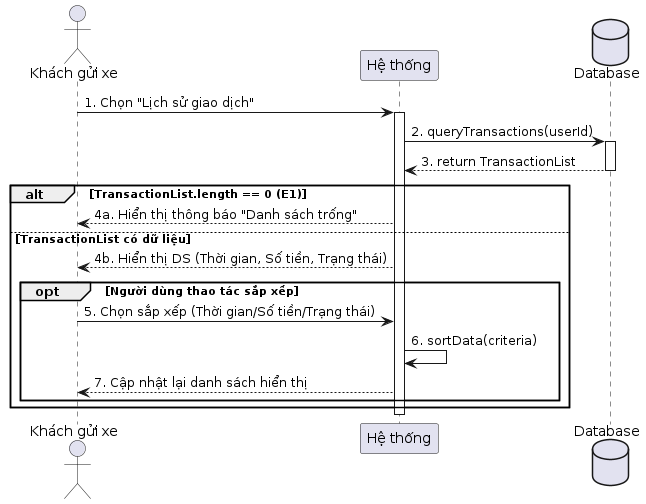
This is LaTex/pictures/seq_lichsugiaodich.png from KTX-0711/Software-Engineering-Assignment-HK252, a PlantUML export, as it was before one commit.
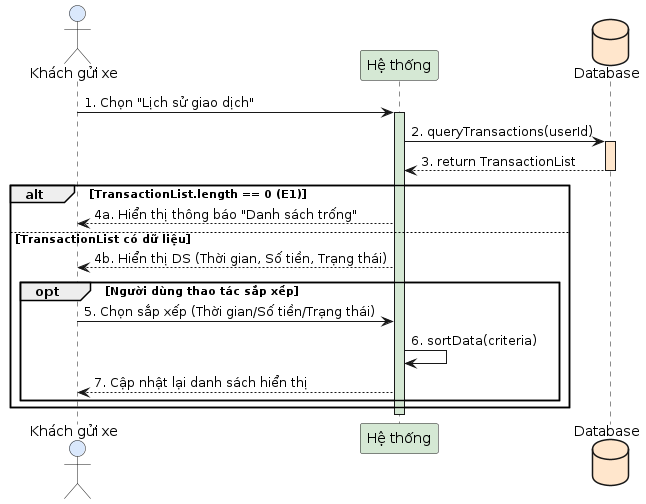
After the commit.

The edit, as a diff of the source:
```diff
@@ -1,13 +1,13 @@
 @startuml
-actor "Khách gửi xe" as User
-participant "Hệ thống" as System
-database "Database" as DB
+actor "Khách gửi xe" as User #DAE8FC
+participant "Hệ thống" as System #D5E8D4
+database "Database" as DB #FFE6CC
 
 User -> System : 1. Chọn "Lịch sử giao dịch"
-activate System
+activate System #D5E8D4
 
 System -> DB : 2. queryTransactions(userId)
-activate DB
+activate DB #FFE6CC
 DB --> System : 3. return TransactionList
 deactivate DB
 
```
